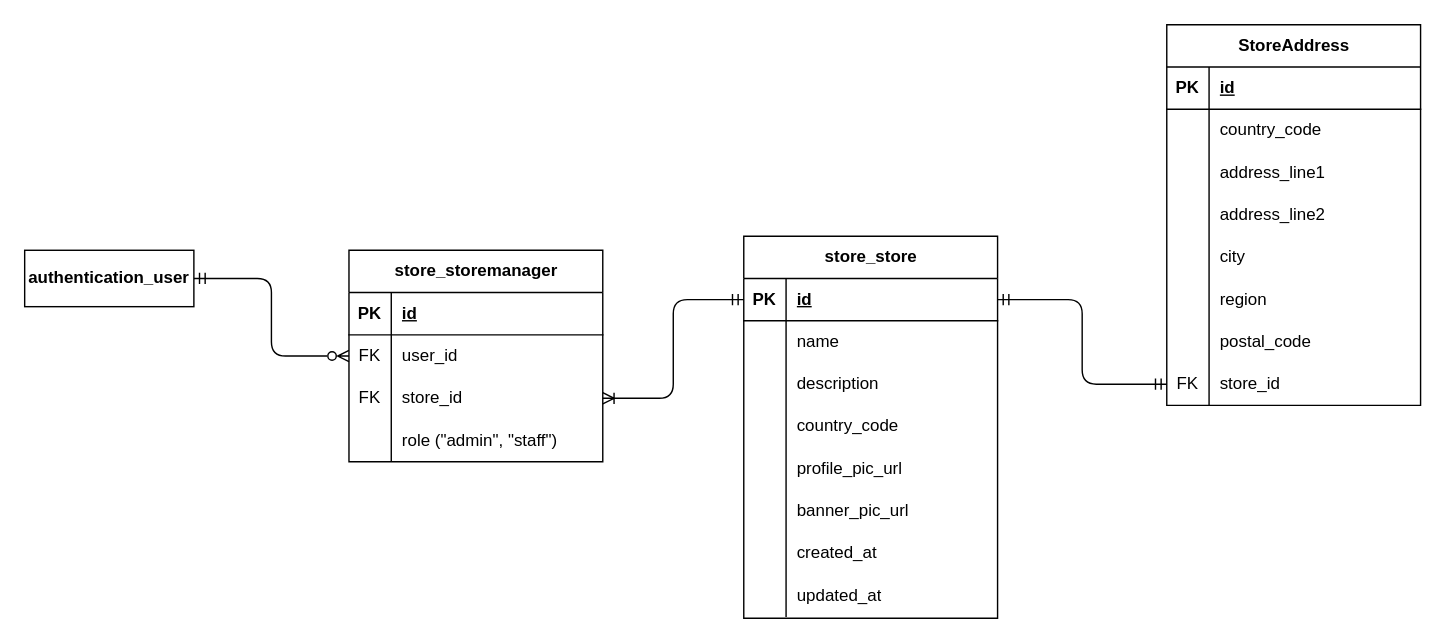
The draw.io diagram page "Store" (7 of 7) of diagrams/e-commerce-entity-relationship-diagram.drawio in RHILIUS/E-Commerce-Docs, before the edit. Source tidied: cells renumbered, new cells numbered last; positions are measured from the earlier drawing's top-left corner, leaving out a move shared by most shapes. Both pictures are drawn from the tidied source at 141%, with x=0, y=0 at pixel (24, 24).
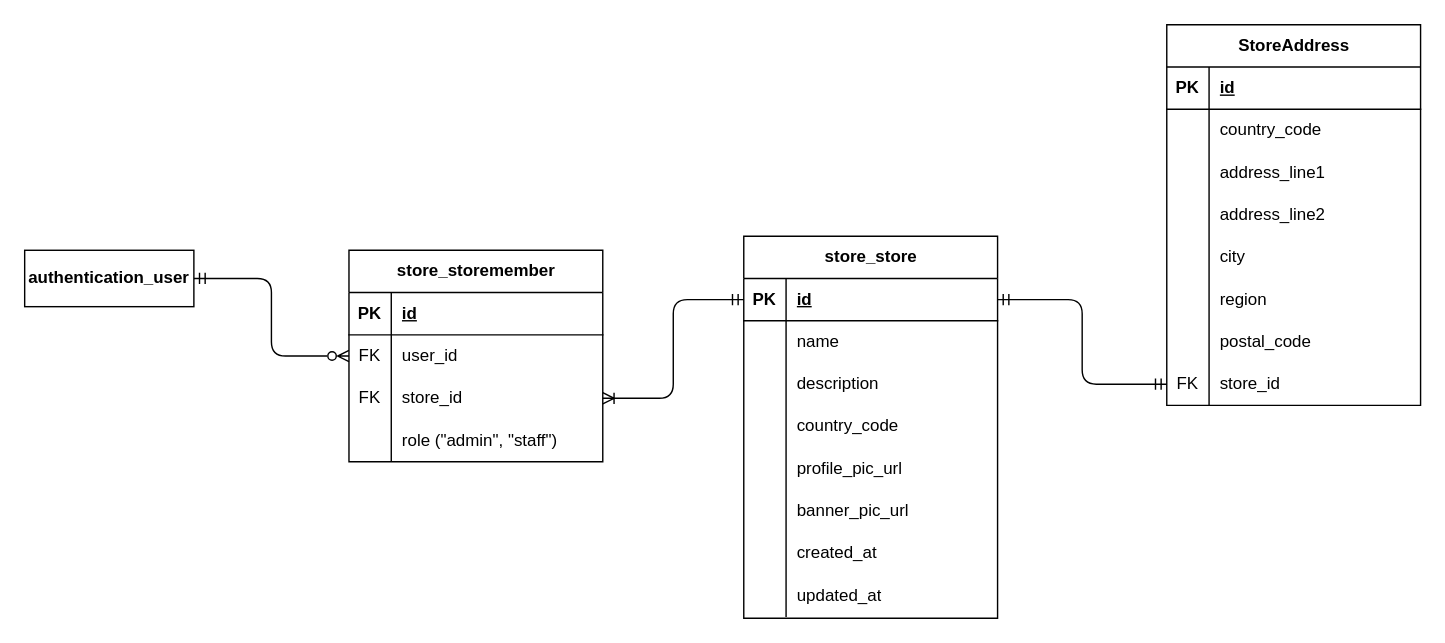
After the change.

Commit message (it also covers changes not shown here):
feat(erd): add relationship between prdouct and store

What changed in the source:
```diff
@@
-    <mxCell id="55" value="store_storemanager" style="shape=table;startSize=30;childLayout=tableLayout;rowLines=0;fontStyle=1;align=center;html=1;" parent="1" vertex="1">
+    <mxCell id="55" value="store_storemember" style="shape=table;startSize=30;childLayout=tableLayout;rowLines=0;fontStyle=1;align=center;html=1;" parent="1" vertex="1">
       <mxGeometry x="230" y="160" width="180" height="150" as="geometry" />
     </mxCell>
```
